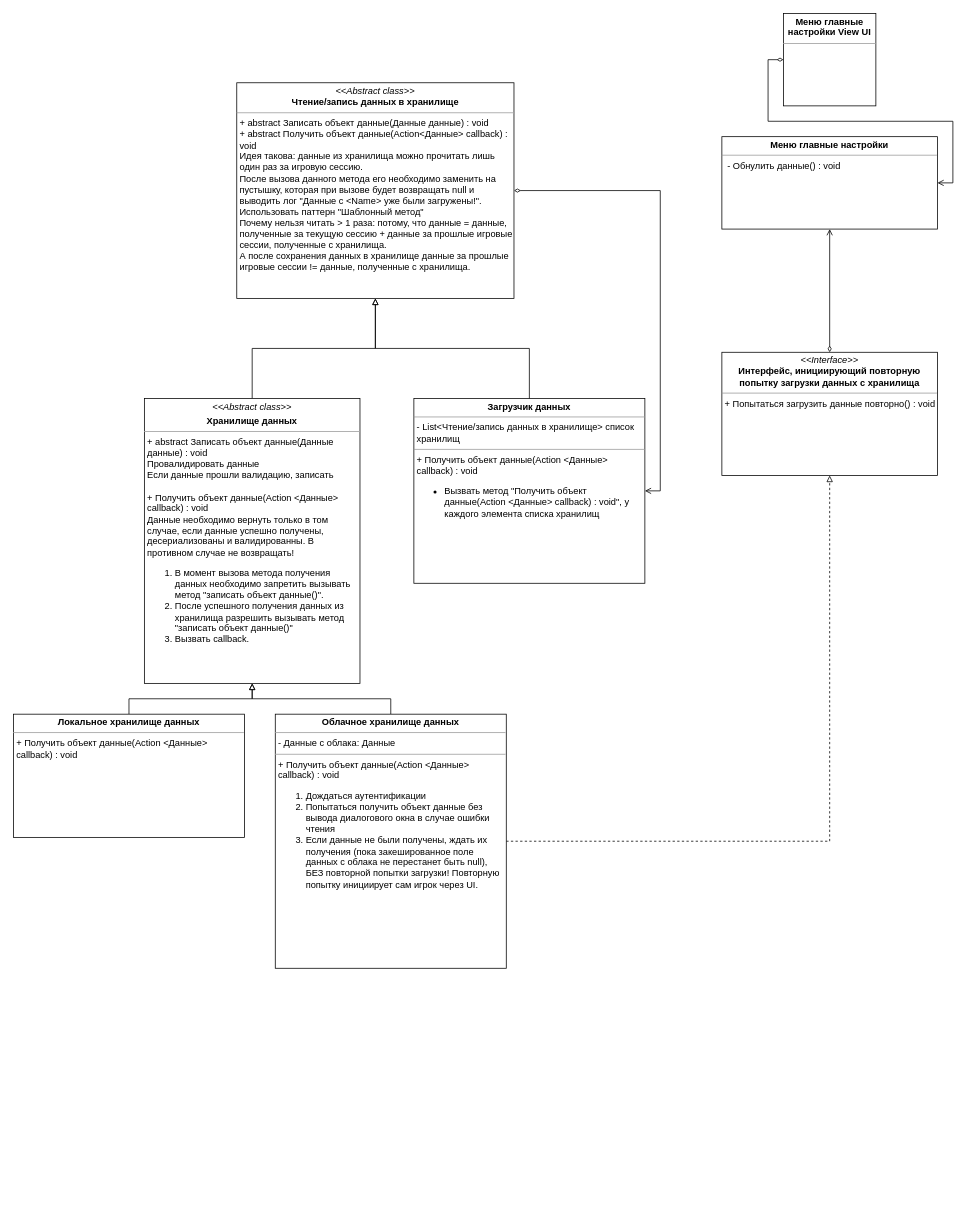
Earlier version of the draw.io diagram Документация/Проектирование кода/Работа с данными/Загрузчик данных UML.drawio (PurposeTo/JumpingDreamer). Source tidied: cells renumbered, new cells numbered last; positions are measured from the earlier drawing's top-left corner, leaving out a move shared by most shapes. Both pictures are drawn from the tidied source at 77%, with x=0, y=0 at pixel (13, 13).
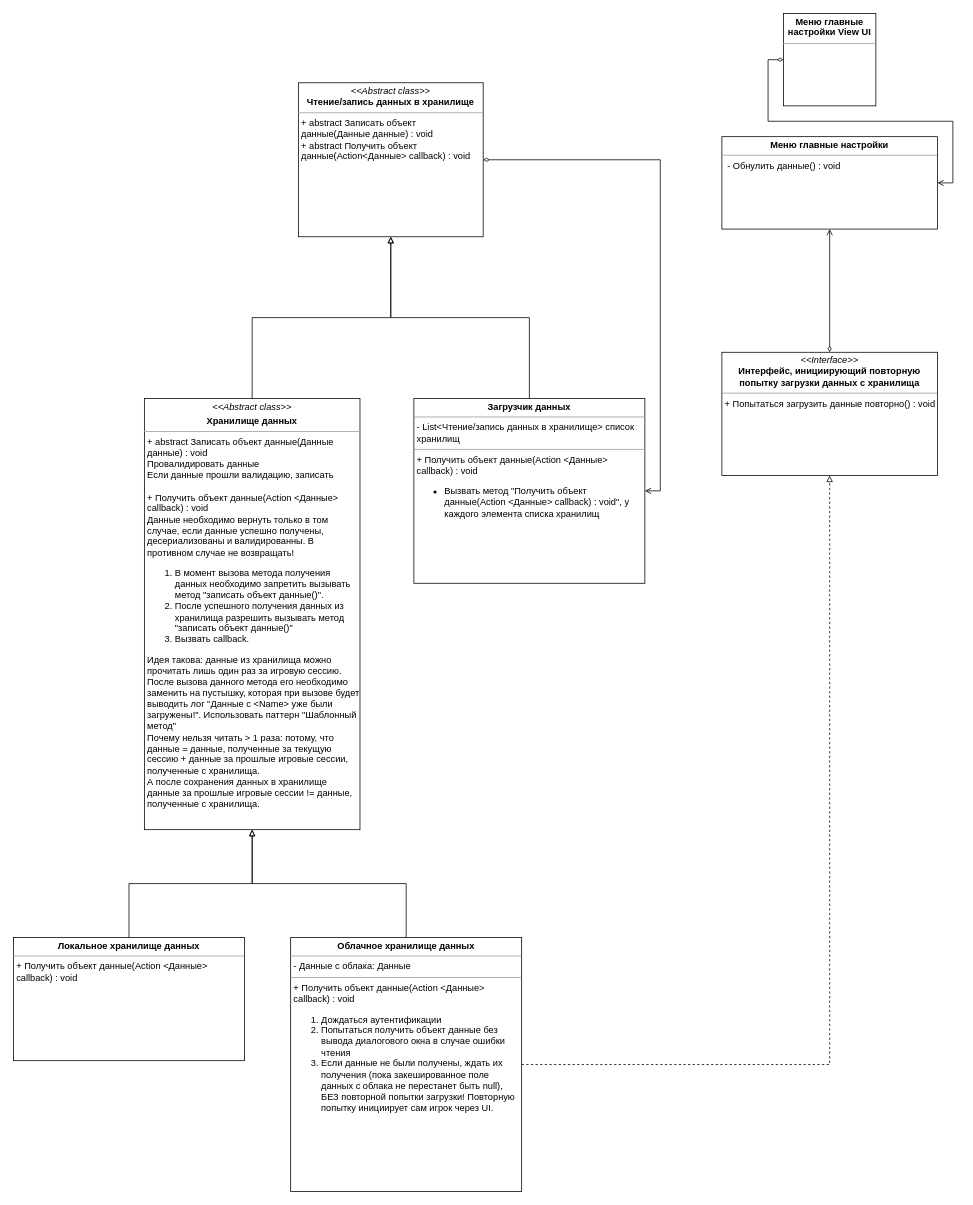
The same page after the edit.

Change to the diagram source:
```diff
@@
 <mxGraphModel>
   <root>
     <mxCell id="0" />
     <mxCell id="1" parent="0" />
     <mxCell id="2" style="edgeStyle=orthogonalEdgeStyle;rounded=0;orthogonalLoop=1;jettySize=auto;html=1;exitX=0.5;exitY=0;exitDx=0;exitDy=0;entryX=0.5;entryY=1;entryDx=0;entryDy=0;startArrow=none;startFill=0;endArrow=block;endFill=0;fontSize=14;dashed=1;" parent="1" edge="1">
       <mxGeometry relative="1" as="geometry">
         <mxPoint x="370" y="1250" as="sourcePoint" />
       </mxGeometry>
     </mxCell>
     <mxCell id="3" style="edgeStyle=orthogonalEdgeStyle;rounded=0;jettySize=auto;html=1;exitX=1;exitY=0.5;exitDx=0;exitDy=0;entryX=1;entryY=0.5;entryDx=0;entryDy=0;endArrow=open;endFill=0;startArrow=diamondThin;startFill=0;" parent="1" edge="1" source="13" target="11">
       <mxGeometry relative="1" as="geometry" />
     </mxCell>
     <mxCell id="4" style="edgeStyle=orthogonalEdgeStyle;rounded=0;jettySize=auto;html=1;exitX=0.5;exitY=0;exitDx=0;exitDy=0;startArrow=none;startFill=0;endArrow=block;endFill=0;fontSize=14;entryX=0.5;entryY=1;entryDx=0;entryDy=0;" parent="1" edge="1" source="5" target="13">
       <mxGeometry relative="1" as="geometry" />
     </mxCell>
-    <mxCell id="5" value="&lt;p style=&quot;margin: 0px ; margin-top: 4px ; text-align: center&quot;&gt;&lt;i&gt;&amp;lt;&amp;lt;Abstract class&amp;gt;&amp;gt;&lt;/i&gt;&lt;b&gt;&lt;br&gt;&lt;/b&gt;&lt;/p&gt;&lt;p style=&quot;margin: 0px ; margin-top: 4px ; text-align: center&quot;&gt;&lt;b&gt;Хранилище данных&lt;/b&gt;&lt;/p&gt;&lt;hr size=&quot;1&quot;&gt;&lt;p style=&quot;margin: 0px ; margin-left: 4px&quot;&gt;+ abstract&amp;nbsp;Записать объект данные(Данные данные) : void&lt;br&gt;&lt;/p&gt;&lt;p style=&quot;margin: 0px ; margin-left: 4px&quot;&gt;Провалидировать данные&lt;/p&gt;&lt;p style=&quot;margin: 0px ; margin-left: 4px&quot;&gt;Если данные прошли валидацию, записать&lt;/p&gt;&lt;p style=&quot;margin: 0px ; margin-left: 4px&quot;&gt;&lt;br&gt;&lt;/p&gt;&lt;p style=&quot;margin: 0px ; margin-left: 4px&quot;&gt;+ Получить объект данные(Action &amp;lt;Данные&amp;gt; callback) : void&lt;br&gt;&lt;/p&gt;&lt;p style=&quot;margin: 0px ; margin-left: 4px&quot;&gt;Данные необходимо вернуть только в том случае, если данные успешно получены, десериализованы и валидированны. В противном случае не возвращать!&lt;/p&gt;&lt;ol&gt;&lt;li&gt;В момент вызова метода получения данных необходимо запретить вызывать метод &quot;записать объект данные()&quot;.&lt;/li&gt;&lt;li&gt;После успешного получения данных из хранилища разрешить вызывать метод &quot;записать объект данные()&quot;&lt;/li&gt;&lt;li&gt;Вызвать callback.&lt;/li&gt;&lt;/ol&gt;&lt;p&gt;&lt;/p&gt;" style="verticalAlign=top;align=left;overflow=fill;fontSize=12;fontFamily=Helvetica;html=1;whiteSpace=wrap;rounded=0;glass=0;shadow=0;sketch=0;spacingLeft=0;spacing=0;" parent="1" vertex="1">
-      <mxGeometry x="170" y="500" width="280" height="370" as="geometry" />
+    <mxCell id="5" value="&lt;p style=&quot;margin: 0px ; margin-top: 4px ; text-align: center&quot;&gt;&lt;i&gt;&amp;lt;&amp;lt;Abstract class&amp;gt;&amp;gt;&lt;/i&gt;&lt;b&gt;&lt;br&gt;&lt;/b&gt;&lt;/p&gt;&lt;p style=&quot;margin: 0px ; margin-top: 4px ; text-align: center&quot;&gt;&lt;b&gt;Хранилище данных&lt;/b&gt;&lt;/p&gt;&lt;hr size=&quot;1&quot;&gt;&lt;p style=&quot;margin: 0px ; margin-left: 4px&quot;&gt;+ abstract&amp;nbsp;Записать объект данные(Данные данные) : void&lt;br&gt;&lt;/p&gt;&lt;p style=&quot;margin: 0px ; margin-left: 4px&quot;&gt;Провалидировать данные&lt;/p&gt;&lt;p style=&quot;margin: 0px ; margin-left: 4px&quot;&gt;Если данные прошли валидацию, записать&lt;/p&gt;&lt;p style=&quot;margin: 0px ; margin-left: 4px&quot;&gt;&lt;br&gt;&lt;/p&gt;&lt;p style=&quot;margin: 0px ; margin-left: 4px&quot;&gt;+ Получить объект данные(Action &amp;lt;Данные&amp;gt; callback) : void&lt;br&gt;&lt;/p&gt;&lt;p style=&quot;margin: 0px ; margin-left: 4px&quot;&gt;Данные необходимо вернуть только в том случае, если данные успешно получены, десериализованы и валидированны. В противном случае не возвращать!&lt;/p&gt;&lt;ol&gt;&lt;li&gt;В момент вызова метода получения данных необходимо запретить вызывать метод &quot;записать объект данные()&quot;.&lt;/li&gt;&lt;li&gt;После успешного получения данных из хранилища разрешить вызывать метод &quot;записать объект данные()&quot;&lt;/li&gt;&lt;li&gt;Вызвать callback.&lt;/li&gt;&lt;/ol&gt;&lt;div&gt;&lt;p style=&quot;margin: 0px 0px 0px 4px&quot;&gt;Идея такова: данные из хранилища можно прочитать лишь один раз за игровую сессию.&lt;/p&gt;&lt;p style=&quot;margin: 0px 0px 0px 4px&quot;&gt;После вызова данного метода его необходимо заменить на пустышку, которая при вызове будет выводить лог &quot;Данные с &amp;lt;Name&amp;gt; уже были загружены!&quot;. Использовать паттерн &quot;Шаблонный метод&quot;&lt;/p&gt;&lt;p style=&quot;margin: 0px 0px 0px 4px&quot;&gt;Почему нельзя читать &amp;gt; 1 раза: потому, что данные = данные, полученные за текущую сессию + данные за прошлые игровые сессии, полученные с хранилища.&lt;/p&gt;&lt;p style=&quot;margin: 0px 0px 0px 4px&quot;&gt;А после сохранения данных в хранилище данные за прошлые игровые сессии != данные, полученные с хранилища.&lt;/p&gt;&lt;/div&gt;&lt;p&gt;&lt;/p&gt;" style="verticalAlign=top;align=left;overflow=fill;fontSize=12;fontFamily=Helvetica;html=1;whiteSpace=wrap;rounded=0;glass=0;shadow=0;sketch=0;spacingLeft=0;spacing=0;" parent="1" vertex="1">
+      <mxGeometry x="170" y="500" width="280" height="560" as="geometry" />
     </mxCell>
     <mxCell id="6" style="edgeStyle=orthogonalEdgeStyle;rounded=0;jettySize=auto;html=1;exitX=0.5;exitY=0;exitDx=0;exitDy=0;entryX=0.5;entryY=1;entryDx=0;entryDy=0;endArrow=block;endFill=0;" parent="1" edge="1" source="8" target="5">
       <mxGeometry relative="1" as="geometry" />
     </mxCell>
     <mxCell id="7" style="edgeStyle=orthogonalEdgeStyle;rounded=0;jettySize=auto;html=1;exitX=1;exitY=0.5;exitDx=0;exitDy=0;entryX=0.5;entryY=1;entryDx=0;entryDy=0;dashed=1;endArrow=block;endFill=0;" parent="1" edge="1" source="8" target="14">
       <mxGeometry relative="1" as="geometry" />
     </mxCell>
     <mxCell id="8" value="&lt;p style=&quot;margin: 4px 0px 0px ; text-align: center&quot;&gt;&lt;b&gt;Облачное хранилище данных&lt;/b&gt;&lt;/p&gt;&lt;hr size=&quot;1&quot;&gt;&lt;p style=&quot;margin: 0px 0px 0px 4px&quot;&gt;- Данные с облака: Данные&lt;/p&gt;&lt;hr size=&quot;1&quot;&gt;&lt;p style=&quot;margin: 0px 0px 0px 4px&quot;&gt;+ Получить объект данные(Action &amp;lt;Данные&amp;gt; callback) : void&lt;/p&gt;&lt;p style=&quot;margin: 0px 0px 0px 4px&quot;&gt;&lt;/p&gt;&lt;ol&gt;&lt;li&gt;Дождаться аутентификации&lt;/li&gt;&lt;li&gt;Попытаться получить объект данные без вывода диалогового окна в случае ошибки чтения&lt;/li&gt;&lt;li&gt;Если данные не были получены, ждать их получения (пока закешированное поле данных с облака не перестанет быть null), БЕЗ повторной попытки загрузки! Повторную попытку инициирует сам игрок через UI.&lt;/li&gt;&lt;/ol&gt;&lt;p&gt;&lt;/p&gt;" style="verticalAlign=top;align=left;overflow=fill;fontSize=12;fontFamily=Helvetica;html=1;whiteSpace=wrap;" parent="1" vertex="1">
-      <mxGeometry x="340" y="910" width="300" height="330" as="geometry" />
+      <mxGeometry x="360" y="1200" width="300" height="330" as="geometry" />
     </mxCell>
     <mxCell id="9" style="edgeStyle=orthogonalEdgeStyle;rounded=0;jettySize=auto;html=1;exitX=0.5;exitY=0;exitDx=0;exitDy=0;entryX=0.5;entryY=1;entryDx=0;entryDy=0;endArrow=block;endFill=0;" parent="1" edge="1" source="10" target="5">
       <mxGeometry relative="1" as="geometry" />
     </mxCell>
     <mxCell id="10" value="&lt;p style=&quot;margin: 0px ; margin-top: 4px ; text-align: center&quot;&gt;&lt;b&gt;Локальное хранилище данных&lt;/b&gt;&lt;/p&gt;&lt;hr size=&quot;1&quot;&gt;&lt;p style=&quot;margin: 0px ; margin-left: 4px&quot;&gt;+ Получить объект данные(Action &amp;lt;Данные&amp;gt; callback) : void&lt;br&gt;&lt;/p&gt;&lt;p style=&quot;margin: 0px ; margin-left: 4px&quot;&gt;&lt;br&gt;&lt;/p&gt;&lt;p&gt;&lt;/p&gt;" style="verticalAlign=top;align=left;overflow=fill;fontSize=12;fontFamily=Helvetica;html=1;whiteSpace=wrap;" parent="1" vertex="1">
-      <mxGeometry y="910" width="300" height="160" as="geometry" />
+      <mxGeometry y="1200" width="300" height="160" as="geometry" />
     </mxCell>
     <mxCell id="11" value="&lt;p style=&quot;margin: 0px ; margin-top: 4px ; text-align: center&quot;&gt;&lt;b&gt;Загрузчик данных&lt;/b&gt;&lt;/p&gt;&lt;hr size=&quot;1&quot;&gt;&lt;p style=&quot;margin: 0px ; margin-left: 4px&quot;&gt;- List&amp;lt;Чтение/запись данных в хранилище&amp;gt; список хранилищ&lt;/p&gt;&lt;hr size=&quot;1&quot;&gt;&lt;p style=&quot;margin: 0px 0px 0px 4px&quot;&gt;+ Получить объект данные(Action &amp;lt;Данные&amp;gt; callback) : void&lt;/p&gt;&lt;ul&gt;&lt;li&gt;&lt;span&gt;Вызвать метод &quot;Получить объект данные(Action &amp;lt;Данные&amp;gt; callback) : void&quot;, у каждого элемента списка хранилищ&lt;/span&gt;&lt;/li&gt;&lt;/ul&gt;&lt;p&gt;&lt;/p&gt;" style="verticalAlign=top;align=left;overflow=fill;fontSize=12;fontFamily=Helvetica;html=1;whiteSpace=wrap;" parent="1" vertex="1">
       <mxGeometry x="520" y="500" width="300" height="240" as="geometry" />
     </mxCell>
     <mxCell id="12" style="edgeStyle=orthogonalEdgeStyle;rounded=0;jettySize=auto;html=1;exitX=0.5;exitY=0;exitDx=0;exitDy=0;entryX=0.5;entryY=1;entryDx=0;entryDy=0;startArrow=none;startFill=0;endArrow=block;endFill=0;fontSize=14;" parent="1" edge="1" source="11" target="13">
       <mxGeometry relative="1" as="geometry" />
     </mxCell>
-    <mxCell id="13" value="&lt;p style=&quot;margin: 0px ; margin-top: 4px ; text-align: center&quot;&gt;&lt;i&gt;&amp;lt;&amp;lt;&lt;/i&gt;&lt;i&gt;Abstract class&lt;/i&gt;&lt;i&gt;&amp;gt;&amp;gt;&lt;/i&gt;&lt;br&gt;&lt;b&gt;Чтение/запись данных в хранилище&lt;/b&gt;&lt;/p&gt;&lt;hr size=&quot;1&quot;&gt;&lt;p style=&quot;margin: 0px ; margin-left: 4px&quot;&gt;+ abstract&amp;nbsp;&lt;span&gt;Записать объект данные(Данные данные) : void&lt;/span&gt;&lt;br&gt;+ abstract Получить объект данные(Action&amp;lt;Данные&amp;gt; callback) : void&lt;/p&gt;&lt;p style=&quot;margin: 0px ; margin-left: 4px&quot;&gt;Идея такова: данные из хранилища можно прочитать лишь один раз за игровую сессию.&lt;/p&gt;&lt;p style=&quot;margin: 0px ; margin-left: 4px&quot;&gt;После вызова данного метода его необходимо заменить на пустышку, которая при вызове будет возвращать null и выводить лог &quot;Данные с &amp;lt;Name&amp;gt; уже были загружены!&quot;. Использовать паттерн &quot;Шаблонный метод&quot;&lt;/p&gt;&lt;p style=&quot;margin: 0px ; margin-left: 4px&quot;&gt;Почему нельзя читать &amp;gt; 1 раза: потому, что данные = данные, полученные за текущую сессию + данные за прошлые игровые сессии, полученные с хранилища.&lt;/p&gt;&lt;p style=&quot;margin: 0px ; margin-left: 4px&quot;&gt;А после сохранения данных в хранилище данные за прошлые игровые сессии != данные, полученные с хранилища.&lt;/p&gt;" style="verticalAlign=top;align=left;overflow=fill;fontSize=12;fontFamily=Helvetica;html=1;whiteSpace=wrap;" parent="1" vertex="1">
-      <mxGeometry x="290" y="90" width="360" height="280" as="geometry" />
+    <mxCell id="13" value="&lt;p style=&quot;margin: 0px ; margin-top: 4px ; text-align: center&quot;&gt;&lt;i&gt;&amp;lt;&amp;lt;&lt;/i&gt;&lt;i&gt;Abstract class&lt;/i&gt;&lt;i&gt;&amp;gt;&amp;gt;&lt;/i&gt;&lt;br&gt;&lt;b&gt;Чтение/запись данных в хранилище&lt;/b&gt;&lt;/p&gt;&lt;hr size=&quot;1&quot;&gt;&lt;p style=&quot;margin: 0px ; margin-left: 4px&quot;&gt;+ abstract&amp;nbsp;&lt;span&gt;Записать объект данные(Данные данные) : void&lt;/span&gt;&lt;br&gt;+ abstract Получить объект данные(Action&amp;lt;Данные&amp;gt; callback) : void&lt;/p&gt;" style="verticalAlign=top;align=left;overflow=fill;fontSize=12;fontFamily=Helvetica;html=1;whiteSpace=wrap;" parent="1" vertex="1">
+      <mxGeometry x="370" y="90" width="240" height="200" as="geometry" />
     </mxCell>
     <mxCell id="14" value="&lt;p style=&quot;margin: 0px ; margin-top: 4px ; text-align: center&quot;&gt;&lt;i&gt;&amp;lt;&amp;lt;Interface&amp;gt;&amp;gt;&lt;/i&gt;&lt;br&gt;&lt;b&gt;Интерфейс, инициирующий повторную попытку загрузки данных с хранилища&lt;/b&gt;&lt;/p&gt;&lt;hr size=&quot;1&quot;&gt;&lt;p style=&quot;margin: 0px ; margin-left: 4px&quot;&gt;+ Попытаться загрузить данные повторно() : void&lt;/p&gt;" style="verticalAlign=top;align=left;overflow=fill;fontSize=12;fontFamily=Helvetica;html=1;whiteSpace=wrap;" parent="1" vertex="1">
       <mxGeometry x="920" y="440" width="280" height="160" as="geometry" />
     </mxCell>
     <mxCell id="15" value="&lt;p style=&quot;margin: 0px ; margin-top: 4px ; text-align: center&quot;&gt;&lt;b&gt;Меню главные настройки View UI&lt;/b&gt;&lt;/p&gt;&lt;hr size=&quot;1&quot;&gt;&lt;div style=&quot;height: 2px&quot;&gt;&lt;br&gt;&lt;/div&gt;" style="verticalAlign=top;align=left;overflow=fill;fontSize=12;fontFamily=Helvetica;html=1;whiteSpace=wrap;" parent="1" vertex="1">
       <mxGeometry x="1000" width="120" height="120" as="geometry" />
     </mxCell>
     <mxCell id="16" style="edgeStyle=orthogonalEdgeStyle;rounded=0;jettySize=auto;html=1;exitX=0;exitY=0.5;exitDx=0;exitDy=0;startArrow=diamondThin;startFill=0;endArrow=open;endFill=0;entryX=1;entryY=0.5;entryDx=0;entryDy=0;" parent="1" edge="1" source="15" target="17">
       <mxGeometry relative="1" as="geometry" />
     </mxCell>
     <mxCell id="17" value="&lt;p style=&quot;margin: 0px ; margin-top: 4px ; text-align: center&quot;&gt;&lt;b&gt;Меню главные настройки&lt;/b&gt;&lt;/p&gt;&lt;hr size=&quot;1&quot;&gt;&lt;p style=&quot;margin: 0px ; margin-left: 4px&quot;&gt;&lt;span&gt;&amp;nbsp;- Обнулить данные() : void&lt;/span&gt;&lt;br&gt;&lt;/p&gt;" style="verticalAlign=top;align=left;overflow=fill;fontSize=12;fontFamily=Helvetica;html=1;whiteSpace=wrap;" parent="1" vertex="1">
       <mxGeometry x="920" y="160" width="280" height="120" as="geometry" />
     </mxCell>
     <mxCell id="18" style="edgeStyle=orthogonalEdgeStyle;rounded=0;jettySize=auto;html=1;exitX=0.5;exitY=0;exitDx=0;exitDy=0;entryX=0.5;entryY=1;entryDx=0;entryDy=0;startArrow=diamondThin;startFill=0;endArrow=open;endFill=0;" parent="1" edge="1" source="14" target="17">
       <mxGeometry relative="1" as="geometry" />
     </mxCell>
   </root>
 </mxGraphModel>
```
